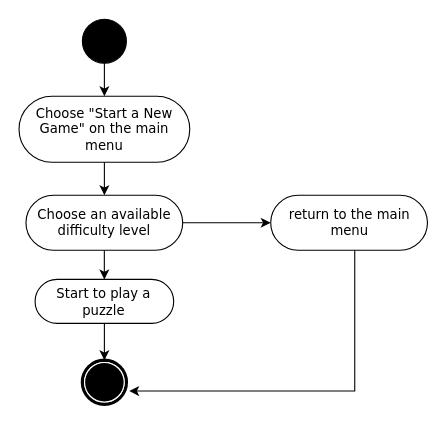
This is start a new game.drawio from maxinimize/uml, a draw.io file, before an edit. Source tidied: cells renumbered, new cells numbered last; positions are measured from the earlier drawing's top-left corner, leaving out a move shared by most shapes. Both pictures are drawn from the tidied source at 110%, with x=0, y=0 at pixel (19, 19).
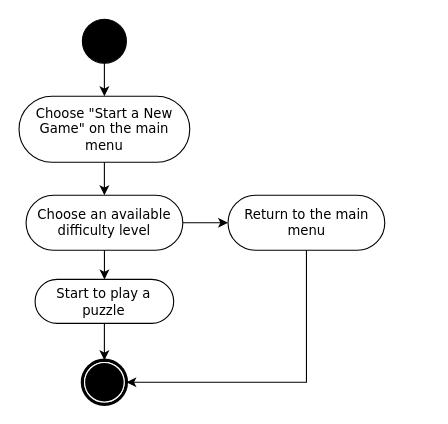
The same page after the edit.

The edit, as a diff of the source:
```diff
@@
 <mxGraphModel>
   <root>
     <mxCell id="0" />
     <mxCell id="1" parent="0" />
     <mxCell id="2" style="edgeStyle=orthogonalEdgeStyle;rounded=0;jettySize=auto;html=1;" parent="1" edge="1" source="4" target="8">
       <mxGeometry relative="1" as="geometry">
         <Array as="points">
-          <mxPoint x="65" y="270" />
-          <mxPoint x="65" y="270" />
+          <mxPoint x="65.1" y="270" />
+          <mxPoint x="65.1" y="270" />
         </Array>
       </mxGeometry>
     </mxCell>
     <mxCell id="3" style="edgeStyle=orthogonalEdgeStyle;rounded=0;jettySize=auto;html=1;" parent="1" edge="1" source="4" target="13">
       <mxGeometry relative="1" as="geometry" />
     </mxCell>
     <mxCell id="4" value="Choose an available difficulty level" style="rounded=1;whiteSpace=wrap;html=1;shadow=0;comic=0;labelBackgroundColor=none;strokeWidth=1;fontFamily=Verdana;fontSize=12;align=center;arcSize=50;" parent="1" vertex="1">
-      <mxGeometry x="6.1" y="160" width="142.5" height="50" as="geometry" />
+      <mxGeometry x="6.2" y="160" width="142.5" height="50" as="geometry" />
     </mxCell>
     <mxCell id="5" style="edgeStyle=orthogonalEdgeStyle;rounded=0;jettySize=auto;html=1;entryX=0.5;entryY=0;entryDx=0;entryDy=0;" parent="1" edge="1" source="6" target="11">
       <mxGeometry relative="1" as="geometry" />
     </mxCell>
     <mxCell id="6" style="ellipse;whiteSpace=wrap;html=1;rounded=0;shadow=0;comic=0;labelBackgroundColor=none;strokeWidth=1;fillColor=#000000;fontFamily=Verdana;fontSize=12;align=center;" parent="1" vertex="1">
       <mxGeometry x="57.4" width="40" height="40" as="geometry" />
     </mxCell>
     <mxCell id="7" style="edgeStyle=orthogonalEdgeStyle;rounded=0;jettySize=auto;html=1;" parent="1" edge="1" source="8" target="9">
       <mxGeometry relative="1" as="geometry" />
     </mxCell>
     <mxCell id="8" value="Start to play a puzzle" style="rounded=1;whiteSpace=wrap;html=1;shadow=0;comic=0;labelBackgroundColor=none;strokeWidth=1;fontFamily=Verdana;fontSize=12;align=center;arcSize=50;" parent="1" vertex="1">
       <mxGeometry x="14.4" y="236.5" width="126" height="40" as="geometry" />
     </mxCell>
     <mxCell id="9" style="shape=mxgraph.bpmn.shape;html=1;verticalLabelPosition=bottom;labelBackgroundColor=#ffffff;verticalAlign=top;perimeter=ellipsePerimeter;outline=end;symbol=terminate;rounded=0;shadow=0;comic=0;strokeWidth=1;fontFamily=Verdana;fontSize=12;align=center;" parent="1" vertex="1">
       <mxGeometry x="57.4" y="310" width="40" height="40" as="geometry" />
     </mxCell>
     <mxCell id="10" style="edgeStyle=orthogonalEdgeStyle;rounded=0;jettySize=auto;html=1;" parent="1" edge="1" source="11" target="4">
       <mxGeometry relative="1" as="geometry">
         <Array as="points">
-          <mxPoint x="57" y="200" />
-          <mxPoint x="57" y="200" />
+          <mxPoint x="57.1" y="200" />
+          <mxPoint x="57.1" y="200" />
         </Array>
       </mxGeometry>
     </mxCell>
     <mxCell id="11" value="Choose &quot;Start a New Game&quot; on the main menu" style="rounded=1;whiteSpace=wrap;html=1;shadow=0;comic=0;labelBackgroundColor=none;strokeWidth=1;fontFamily=Verdana;fontSize=12;align=center;arcSize=50;" parent="1" vertex="1">
       <mxGeometry x="-0.2" y="70" width="155.2" height="60" as="geometry" />
     </mxCell>
-    <mxCell id="12" style="edgeStyle=orthogonalEdgeStyle;rounded=0;jettySize=auto;html=1;entryX=1.065;entryY=0.7;entryDx=0;entryDy=0;entryPerimeter=0;" parent="1" edge="1" source="13" target="9">
+    <mxCell id="12" style="edgeStyle=orthogonalEdgeStyle;rounded=0;jettySize=auto;html=1;entryX=1;entryY=0.5;entryDx=0;entryDy=0;" parent="1" edge="1" source="13" target="9">
       <mxGeometry relative="1" as="geometry">
         <Array as="points">
-          <mxPoint x="305" y="338" />
+          <mxPoint x="260.8" y="330" />
         </Array>
       </mxGeometry>
     </mxCell>
-    <mxCell id="13" value="return to the main menu" style="rounded=1;whiteSpace=wrap;html=1;shadow=0;comic=0;labelBackgroundColor=none;strokeWidth=1;fontFamily=Verdana;fontSize=12;align=center;arcSize=50;" parent="1" vertex="1">
-      <mxGeometry x="228.6" y="160" width="142.5" height="50" as="geometry" />
+    <mxCell id="13" value="Return to the main menu" style="rounded=1;whiteSpace=wrap;html=1;shadow=0;comic=0;labelBackgroundColor=none;strokeWidth=1;fontFamily=Verdana;fontSize=12;align=center;arcSize=50;" parent="1" vertex="1">
+      <mxGeometry x="189.8" y="160" width="142.5" height="50" as="geometry" />
     </mxCell>
   </root>
 </mxGraphModel>
```
